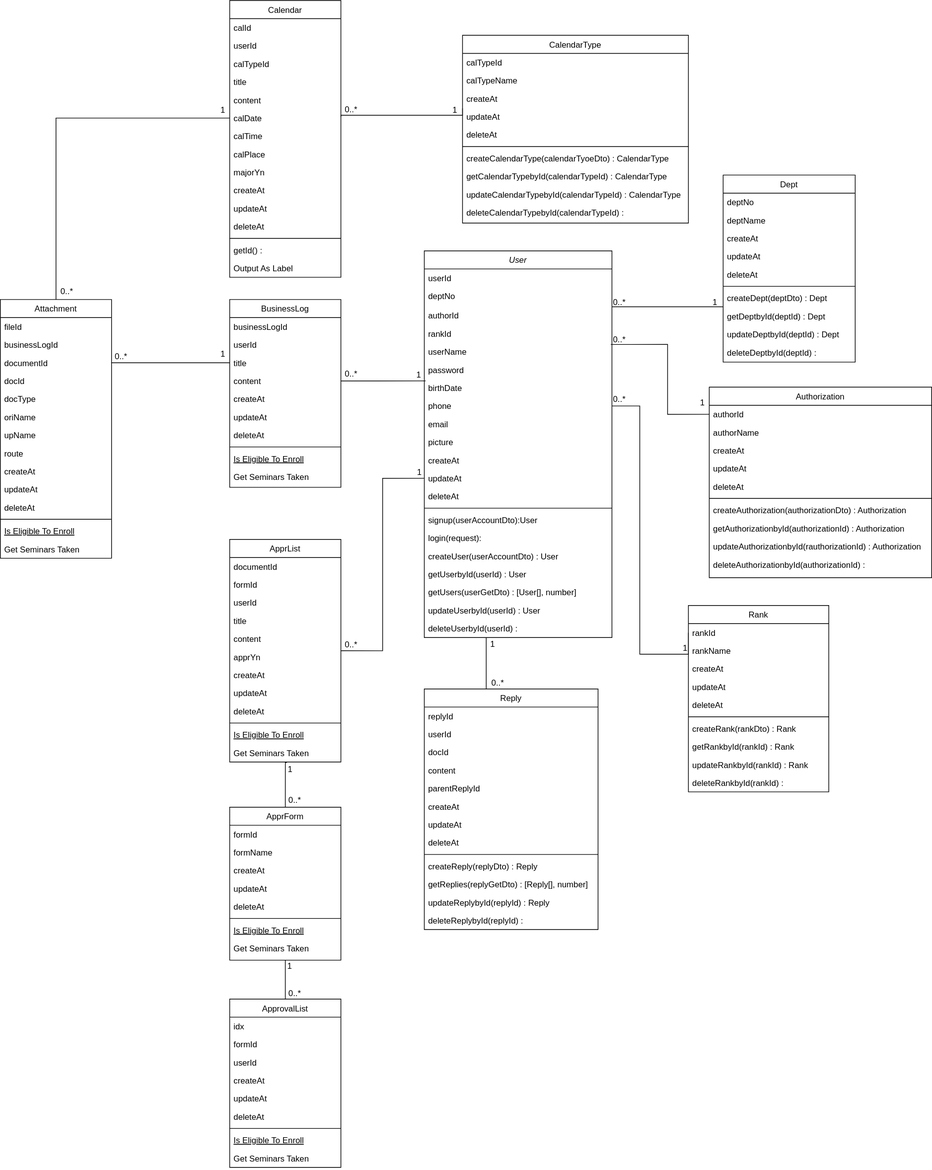
The draw.io diagram files/class-diagram.svg in pjiyun123/mmp-groupware-project, before a commit. Source tidied: cells renumbered, new cells last; positions are measured from the earlier drawing's top-left corner, leaving out a move shared by most shapes.
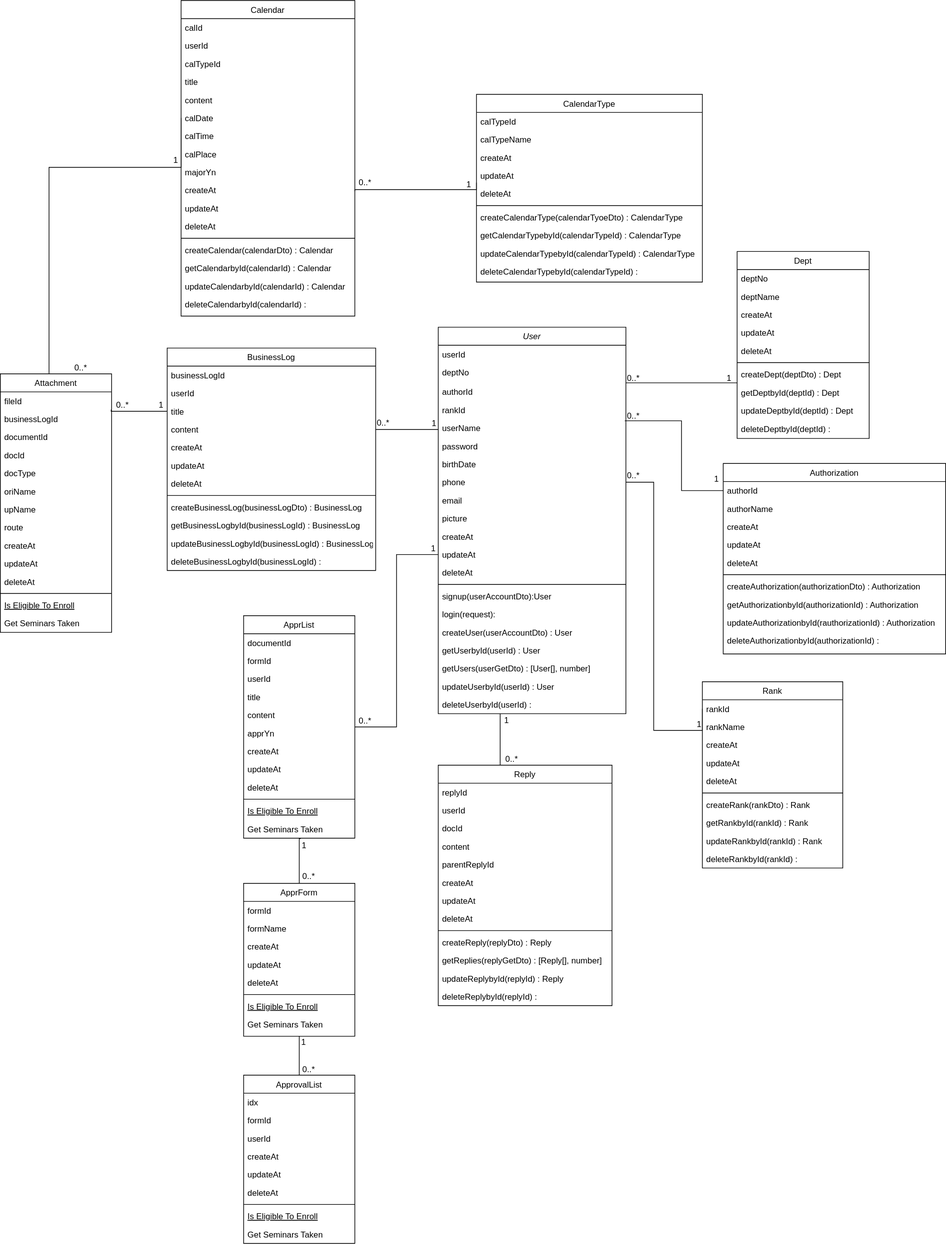
Later version of the same file.

The edit, as a diff of the source:
```diff
@@ -271,7 +271,7 @@
       </mxGeometry>
     </mxCell>
     <mxCell id="83" value="CalendarType" style="swimlane;fontStyle=0;align=center;verticalAlign=top;horizontal=1;startSize=26;rounded=0;shadow=0;strokeWidth=1;" parent="1" vertex="1">
-      <mxGeometry x="665" y="50" width="325" height="270" as="geometry" />
+      <mxGeometry x="665" y="25" width="325" height="270" as="geometry" />
     </mxCell>
     <mxCell id="84" value="calTypeId" style="text;align=left;verticalAlign=top;spacingLeft=4;spacingRight=4;overflow=hidden;" parent="83" vertex="1">
       <mxGeometry y="26" width="325" height="26" as="geometry" />
@@ -304,110 +304,125 @@
       <mxGeometry y="242" width="325" height="26" as="geometry" />
     </mxCell>
     <mxCell id="94" value="Calendar" style="swimlane;fontStyle=0;align=center;verticalAlign=top;horizontal=1;startSize=26;rounded=0;shadow=0;strokeWidth=1;" parent="1" vertex="1">
-      <mxGeometry x="330" width="160" height="398" as="geometry" />
+      <mxGeometry x="240" y="-110" width="250" height="454" as="geometry" />
     </mxCell>
     <mxCell id="95" value="calId" style="text;align=left;verticalAlign=top;spacingLeft=4;spacingRight=4;overflow=hidden;" parent="94" vertex="1">
-      <mxGeometry y="26" width="160" height="26" as="geometry" />
+      <mxGeometry y="26" width="250" height="26" as="geometry" />
     </mxCell>
     <mxCell id="96" value="userId" style="text;align=left;verticalAlign=top;spacingLeft=4;spacingRight=4;overflow=hidden;" parent="94" vertex="1">
-      <mxGeometry y="52" width="160" height="26" as="geometry" />
+      <mxGeometry y="52" width="250" height="26" as="geometry" />
     </mxCell>
     <mxCell id="97" value="calTypeId" style="text;align=left;verticalAlign=top;spacingLeft=4;spacingRight=4;overflow=hidden;" parent="94" vertex="1">
-      <mxGeometry y="78" width="160" height="26" as="geometry" />
+      <mxGeometry y="78" width="250" height="26" as="geometry" />
     </mxCell>
     <mxCell id="98" value="title" style="text;align=left;verticalAlign=top;spacingLeft=4;spacingRight=4;overflow=hidden;rounded=0;shadow=0;html=0;" parent="94" vertex="1">
-      <mxGeometry y="104" width="160" height="26" as="geometry" />
+      <mxGeometry y="104" width="250" height="26" as="geometry" />
     </mxCell>
     <mxCell id="99" value="content" style="text;align=left;verticalAlign=top;spacingLeft=4;spacingRight=4;overflow=hidden;rounded=0;shadow=0;html=0;" parent="94" vertex="1">
-      <mxGeometry y="130" width="160" height="26" as="geometry" />
+      <mxGeometry y="130" width="250" height="26" as="geometry" />
     </mxCell>
     <mxCell id="100" value="calDate" style="text;align=left;verticalAlign=top;spacingLeft=4;spacingRight=4;overflow=hidden;points=[[0,0.5],[1,0.5]];portConstraint=eastwest;rounded=0;shadow=0;html=0;" parent="94" vertex="1">
-      <mxGeometry y="156" width="160" height="26" as="geometry" />
+      <mxGeometry y="156" width="250" height="26" as="geometry" />
     </mxCell>
     <mxCell id="101" value="calTime" style="text;align=left;verticalAlign=top;spacingLeft=4;spacingRight=4;overflow=hidden;rounded=0;shadow=0;html=0;" parent="94" vertex="1">
-      <mxGeometry y="182" width="160" height="26" as="geometry" />
+      <mxGeometry y="182" width="250" height="26" as="geometry" />
     </mxCell>
     <mxCell id="102" value="calPlace" style="text;align=left;verticalAlign=top;spacingLeft=4;spacingRight=4;overflow=hidden;rounded=0;shadow=0;html=0;" parent="94" vertex="1">
-      <mxGeometry y="208" width="160" height="26" as="geometry" />
+      <mxGeometry y="208" width="250" height="26" as="geometry" />
     </mxCell>
     <mxCell id="103" value="majorYn" style="text;align=left;verticalAlign=top;spacingLeft=4;spacingRight=4;overflow=hidden;rounded=0;shadow=0;html=0;" parent="94" vertex="1">
-      <mxGeometry y="234" width="160" height="26" as="geometry" />
+      <mxGeometry y="234" width="250" height="26" as="geometry" />
     </mxCell>
     <mxCell id="104" value="createAt" style="text;align=left;verticalAlign=top;spacingLeft=4;spacingRight=4;overflow=hidden;rounded=0;shadow=0;html=0;" parent="94" vertex="1">
-      <mxGeometry y="260" width="160" height="26" as="geometry" />
+      <mxGeometry y="260" width="250" height="26" as="geometry" />
     </mxCell>
     <mxCell id="105" value="updateAt" style="text;align=left;verticalAlign=top;spacingLeft=4;spacingRight=4;overflow=hidden;rounded=0;shadow=0;html=0;" parent="94" vertex="1">
-      <mxGeometry y="286" width="160" height="26" as="geometry" />
+      <mxGeometry y="286" width="250" height="26" as="geometry" />
     </mxCell>
     <mxCell id="106" value="deleteAt" style="text;align=left;verticalAlign=top;spacingLeft=4;spacingRight=4;overflow=hidden;rounded=0;shadow=0;html=0;" parent="94" vertex="1">
-      <mxGeometry y="312" width="160" height="26" as="geometry" />
+      <mxGeometry y="312" width="250" height="26" as="geometry" />
     </mxCell>
     <mxCell id="107" style="line;html=1;strokeWidth=1;align=left;verticalAlign=middle;spacingTop=-1;spacingLeft=3;spacingRight=3;labelPosition=right;" parent="94" vertex="1">
-      <mxGeometry y="338" width="160" height="8" as="geometry" />
+      <mxGeometry y="338" width="250" height="8" as="geometry" />
     </mxCell>
-    <mxCell id="108" value="getId() : " style="text;align=left;verticalAlign=top;spacingLeft=4;spacingRight=4;overflow=hidden;" parent="94" vertex="1">
-      <mxGeometry y="346" width="160" height="26" as="geometry" />
-    </mxCell>
-    <mxCell id="109" value="Output As Label" style="text;align=left;verticalAlign=top;spacingLeft=4;spacingRight=4;overflow=hidden;" parent="94" vertex="1">
-      <mxGeometry y="372" width="160" height="26" as="geometry" />
-    </mxCell>
+    <mxCell id="189" value="createCalendar(calendarDto) : Calendar" style="text;align=left;verticalAlign=top;spacingLeft=4;spacingRight=4;overflow=hidden;" parent="94" vertex="1">
+      <mxGeometry y="346" width="250" height="26" as="geometry" />
+    </mxCell>
+    <mxCell id="190" value="getCalendarbyId(calendarId) : Calendar" style="text;align=left;verticalAlign=top;spacingLeft=4;spacingRight=4;overflow=hidden;" parent="94" vertex="1">
+      <mxGeometry y="372" width="250" height="26" as="geometry" />
+    </mxCell>
+    <mxCell id="191" value="updateCalendarbyId(calendarId) : Calendar" style="text;align=left;verticalAlign=top;spacingLeft=4;spacingRight=4;overflow=hidden;" parent="94" vertex="1">
+      <mxGeometry y="398" width="250" height="26" as="geometry" />
+    </mxCell>
+    <mxCell id="192" value="deleteCalendarbyId(calendarId) : " style="text;align=left;verticalAlign=top;spacingLeft=4;spacingRight=4;overflow=hidden;" parent="94" vertex="1">
+      <mxGeometry y="424" width="250" height="26" as="geometry" />
+    </mxCell>
-    <mxCell id="110" style="edgeStyle=orthogonalEdgeStyle;rounded=0;jettySize=auto;html=1;endArrow=none;endFill=0;exitX=0;exitY=0.038;exitDx=0;exitDy=0;exitPerimeter=0;" parent="1" edge="1" source="87">
+    <mxCell id="110" style="edgeStyle=orthogonalEdgeStyle;rounded=0;orthogonalLoop=1;jettySize=auto;html=1;endArrow=none;endFill=0;exitX=0;exitY=0.038;exitDx=0;exitDy=0;exitPerimeter=0;" parent="1" edge="1">
       <mxGeometry relative="1" as="geometry">
-        <mxPoint x="490" y="167.5" as="targetPoint" />
+        <mxPoint x="665" y="152" as="sourcePoint" />
+        <mxPoint x="490" y="164.5" as="targetPoint" />
         <Array as="points">
-          <mxPoint x="490" y="165" />
+          <mxPoint x="490" y="162" />
         </Array>
       </mxGeometry>
     </mxCell>
     <mxCell id="111" value="1" style="align=right;verticalAlign=bottom;labelBackgroundColor=none;fontSize=12;" parent="1" vertex="1">
-      <mxGeometry x="961.8" y="408" as="geometry">
+      <mxGeometry x="961.8" y="405" as="geometry">
         <mxPoint x="-303" y="-242" as="offset" />
       </mxGeometry>
     </mxCell>
     <mxCell id="112" value="0..*" style="align=left;verticalAlign=bottom;labelBackgroundColor=none;fontSize=12;" parent="1" vertex="1">
-      <mxGeometry x="494" y="165" as="geometry" />
+      <mxGeometry x="494" y="160" as="geometry" />
     </mxCell>
     <mxCell id="113" value="BusinessLog" style="swimlane;fontStyle=0;align=center;verticalAlign=top;horizontal=1;startSize=26;rounded=0;shadow=0;strokeWidth=1;" parent="1" vertex="1">
-      <mxGeometry x="330" y="430" width="160" height="270" as="geometry" />
+      <mxGeometry x="220" y="390" width="300" height="320" as="geometry" />
     </mxCell>
     <mxCell id="114" value="businessLogId" style="text;align=left;verticalAlign=top;spacingLeft=4;spacingRight=4;overflow=hidden;" parent="113" vertex="1">
-      <mxGeometry y="26" width="160" height="26" as="geometry" />
+      <mxGeometry y="26" width="300" height="26" as="geometry" />
     </mxCell>
     <mxCell id="115" value="userId" style="text;align=left;verticalAlign=top;spacingLeft=4;spacingRight=4;overflow=hidden;rounded=0;shadow=0;html=0;" parent="113" vertex="1">
-      <mxGeometry y="52" width="160" height="26" as="geometry" />
+      <mxGeometry y="52" width="300" height="26" as="geometry" />
     </mxCell>
     <mxCell id="116" value="title" style="text;align=left;verticalAlign=top;spacingLeft=4;spacingRight=4;overflow=hidden;points=[[0,0.5],[1,0.5]];portConstraint=eastwest;rounded=0;shadow=0;html=0;" parent="113" vertex="1">
-      <mxGeometry y="78" width="160" height="26" as="geometry" />
+      <mxGeometry y="78" width="300" height="26" as="geometry" />
     </mxCell>
     <mxCell id="117" value="content" style="text;align=left;verticalAlign=top;spacingLeft=4;spacingRight=4;overflow=hidden;points=[[0,0.5],[1,0.5]];portConstraint=eastwest;rounded=0;shadow=0;html=0;" parent="113" vertex="1">
-      <mxGeometry y="104" width="160" height="26" as="geometry" />
+      <mxGeometry y="104" width="300" height="26" as="geometry" />
     </mxCell>
     <mxCell id="118" value="createAt" style="text;align=left;verticalAlign=top;spacingLeft=4;spacingRight=4;overflow=hidden;rounded=0;shadow=0;html=0;" parent="113" vertex="1">
-      <mxGeometry y="130" width="160" height="26" as="geometry" />
+      <mxGeometry y="130" width="300" height="26" as="geometry" />
     </mxCell>
     <mxCell id="119" value="updateAt" style="text;align=left;verticalAlign=top;spacingLeft=4;spacingRight=4;overflow=hidden;rounded=0;shadow=0;html=0;" parent="113" vertex="1">
-      <mxGeometry y="156" width="160" height="26" as="geometry" />
+      <mxGeometry y="156" width="300" height="26" as="geometry" />
     </mxCell>
     <mxCell id="120" value="deleteAt" style="text;align=left;verticalAlign=top;spacingLeft=4;spacingRight=4;overflow=hidden;rounded=0;shadow=0;html=0;" parent="113" vertex="1">
-      <mxGeometry y="182" width="160" height="26" as="geometry" />
+      <mxGeometry y="182" width="300" height="26" as="geometry" />
     </mxCell>
     <mxCell id="121" style="line;html=1;strokeWidth=1;align=left;verticalAlign=middle;spacingTop=-1;spacingLeft=3;spacingRight=3;labelPosition=right;" parent="113" vertex="1">
-      <mxGeometry y="208" width="160" height="8" as="geometry" />
+      <mxGeometry y="208" width="300" height="8" as="geometry" />
     </mxCell>
-    <mxCell id="122" value="Is Eligible To Enroll" style="text;align=left;verticalAlign=top;spacingLeft=4;spacingRight=4;overflow=hidden;fontStyle=4;" parent="113" vertex="1">
-      <mxGeometry y="216" width="160" height="26" as="geometry" />
-    </mxCell>
-    <mxCell id="123" value="Get Seminars Taken" style="text;align=left;verticalAlign=top;spacingLeft=4;spacingRight=4;overflow=hidden;" parent="113" vertex="1">
-      <mxGeometry y="242" width="160" height="26" as="geometry" />
-    </mxCell>
+    <mxCell id="193" value="createBusinessLog(businessLogDto) : BusinessLog" style="text;align=left;verticalAlign=top;spacingLeft=4;spacingRight=4;overflow=hidden;" parent="113" vertex="1">
+      <mxGeometry y="216" width="300" height="26" as="geometry" />
+    </mxCell>
+    <mxCell id="194" value="getBusinessLogbyId(businessLogId) : BusinessLog" style="text;align=left;verticalAlign=top;spacingLeft=4;spacingRight=4;overflow=hidden;" parent="113" vertex="1">
+      <mxGeometry y="242" width="300" height="26" as="geometry" />
+    </mxCell>
+    <mxCell id="195" value="updateBusinessLogbyId(businessLogId) : BusinessLog" style="text;align=left;verticalAlign=top;spacingLeft=4;spacingRight=4;overflow=hidden;" parent="113" vertex="1">
+      <mxGeometry y="268" width="300" height="26" as="geometry" />
+    </mxCell>
+    <mxCell id="196" value="deleteBusinessLogbyId(businessLogId) : " style="text;align=left;verticalAlign=top;spacingLeft=4;spacingRight=4;overflow=hidden;" parent="113" vertex="1">
+      <mxGeometry y="294" width="300" height="26" as="geometry" />
+    </mxCell>
-    <mxCell id="124" style="edgeStyle=orthogonalEdgeStyle;rounded=0;jettySize=auto;html=1;exitX=1;exitY=0.5;exitDx=0;exitDy=0;entryX=0.007;entryY=1.115;entryDx=0;entryDy=0;entryPerimeter=0;endArrow=none;endFill=0;" parent="1" edge="1" source="117" target="8">
-      <mxGeometry relative="1" as="geometry" />
+    <mxCell id="124" style="edgeStyle=orthogonalEdgeStyle;rounded=0;jettySize=auto;html=1;exitX=1;exitY=0.5;exitDx=0;exitDy=0;endArrow=none;endFill=0;" parent="1" edge="1" source="117">
+      <mxGeometry relative="1" as="geometry">
+        <mxPoint x="610" y="507" as="targetPoint" />
+      </mxGeometry>
     </mxCell>
     <mxCell id="125" value="0..*" style="align=left;verticalAlign=bottom;labelBackgroundColor=none;fontSize=12;" parent="1" vertex="1">
-      <mxGeometry x="494" y="545" as="geometry" />
+      <mxGeometry x="520" y="506" as="geometry" />
     </mxCell>
     <mxCell id="126" value="1" style="align=left;verticalAlign=bottom;labelBackgroundColor=none;fontSize=12;" parent="1" vertex="1">
-      <mxGeometry x="630" y="556" as="geometry">
+      <mxGeometry x="632" y="516" as="geometry">
         <mxPoint x="-33" y="-9" as="offset" />
       </mxGeometry>
     </mxCell>
@@ -462,7 +477,7 @@
       </mxGeometry>
     </mxCell>
     <mxCell id="143" value="Attachment" style="swimlane;fontStyle=0;align=center;verticalAlign=top;horizontal=1;startSize=26;rounded=0;shadow=0;strokeWidth=1;" parent="1" vertex="1">
-      <mxGeometry y="430" width="160" height="372" as="geometry" />
+      <mxGeometry x="-20" y="427" width="160" height="372" as="geometry" />
     </mxCell>
     <mxCell id="144" value="fileId" style="text;align=left;verticalAlign=top;spacingLeft=4;spacingRight=4;overflow=hidden;" parent="143" vertex="1">
       <mxGeometry y="26" width="160" height="26" as="geometry" />
@@ -506,11 +521,20 @@
     <mxCell id="157" value="Get Seminars Taken" style="text;align=left;verticalAlign=top;spacingLeft=4;spacingRight=4;overflow=hidden;" parent="143" vertex="1">
       <mxGeometry y="346" width="160" height="26" as="geometry" />
     </mxCell>
-    <mxCell id="158" style="edgeStyle=orthogonalEdgeStyle;rounded=0;jettySize=auto;html=1;exitX=0;exitY=0.5;exitDx=0;exitDy=0;entryX=1;entryY=0.5;entryDx=0;entryDy=0;endArrow=none;endFill=0;" parent="1" edge="1" source="116" target="146">
-      <mxGeometry relative="1" as="geometry" />
+    <mxCell id="158" style="edgeStyle=orthogonalEdgeStyle;rounded=0;jettySize=auto;html=1;endArrow=none;endFill=0;entryX=0.997;entryY=-0.022;entryDx=0;entryDy=0;entryPerimeter=0;exitX=0;exitY=0.5;exitDx=0;exitDy=0;" parent="1" edge="1" source="116" target="145">
+      <mxGeometry relative="1" as="geometry">
+        <Array as="points">
+          <mxPoint x="140" y="481" />
+        </Array>
+      </mxGeometry>
     </mxCell>
     <mxCell id="159" style="edgeStyle=orthogonalEdgeStyle;rounded=0;jettySize=auto;html=1;exitX=0;exitY=0.5;exitDx=0;exitDy=0;endArrow=none;endFill=0;" parent="1" edge="1" source="100" target="143">
-      <mxGeometry relative="1" as="geometry" />
+      <mxGeometry relative="1" as="geometry">
+        <Array as="points">
+          <mxPoint x="240" y="130" />
+          <mxPoint x="50" y="130" />
+        </Array>
+      </mxGeometry>
     </mxCell>
     <mxCell id="160" value="0..*" style="align=left;verticalAlign=bottom;labelBackgroundColor=none;fontSize=12;" parent="1" vertex="1">
       <mxGeometry x="250" y="270" as="geometry">
@@ -518,17 +542,17 @@
       </mxGeometry>
     </mxCell>
     <mxCell id="161" value="0..*" style="align=left;verticalAlign=bottom;labelBackgroundColor=none;fontSize=12;" parent="1" vertex="1">
-      <mxGeometry x="328" y="363" as="geometry">
+      <mxGeometry x="310" y="323" as="geometry">
         <mxPoint x="-165" y="157" as="offset" />
       </mxGeometry>
     </mxCell>
     <mxCell id="162" value="1" style="align=right;verticalAlign=bottom;labelBackgroundColor=none;fontSize=12;" parent="1" vertex="1">
-      <mxGeometry x="494" y="650" as="geometry">
+      <mxGeometry x="385" y="613" as="geometry">
         <mxPoint x="-169" y="-133" as="offset" />
       </mxGeometry>
     </mxCell>
     <mxCell id="163" value="1" style="align=right;verticalAlign=bottom;labelBackgroundColor=none;fontSize=12;" parent="1" vertex="1">
-      <mxGeometry x="705" y="232" as="geometry">
+      <mxGeometry x="617" y="194" as="geometry">
         <mxPoint x="-380" y="-66" as="offset" />
       </mxGeometry>
     </mxCell>
```
